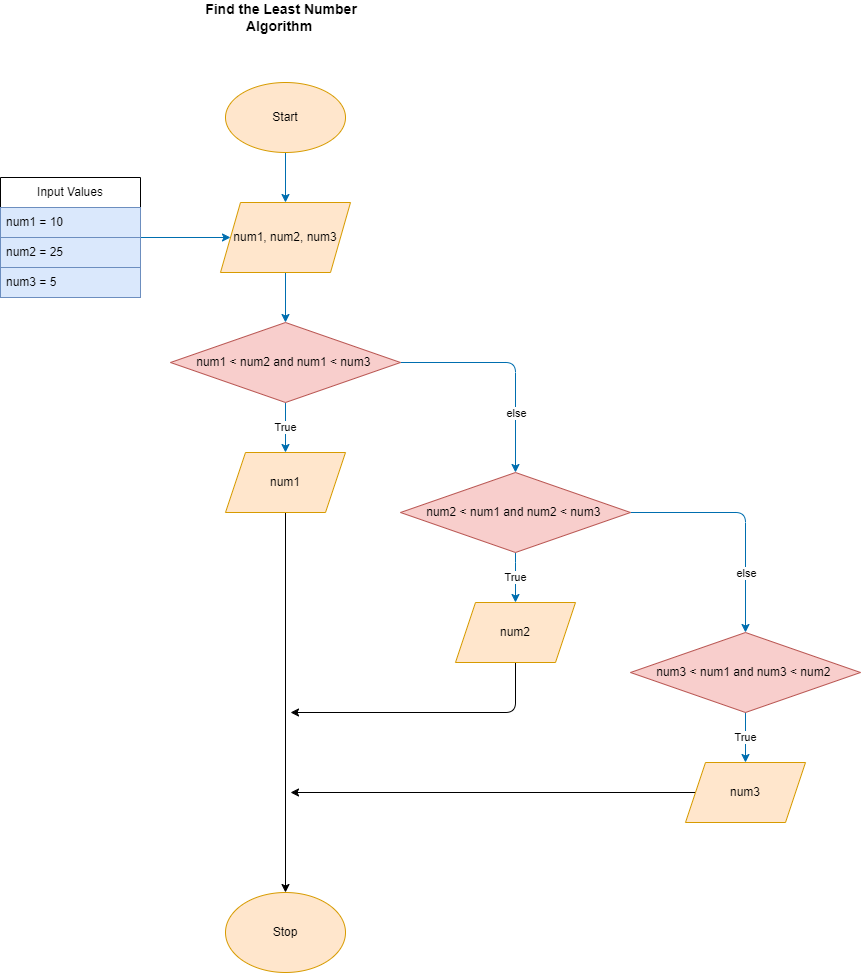
ipivanparra/Algorithm-4-2 keeps this draw.io diagram as main.png. Above is the earlier version. Source tidied: cells renumbered, new cells last; positions are measured from the earlier drawing's top-left corner, leaving out a move shared by most shapes.
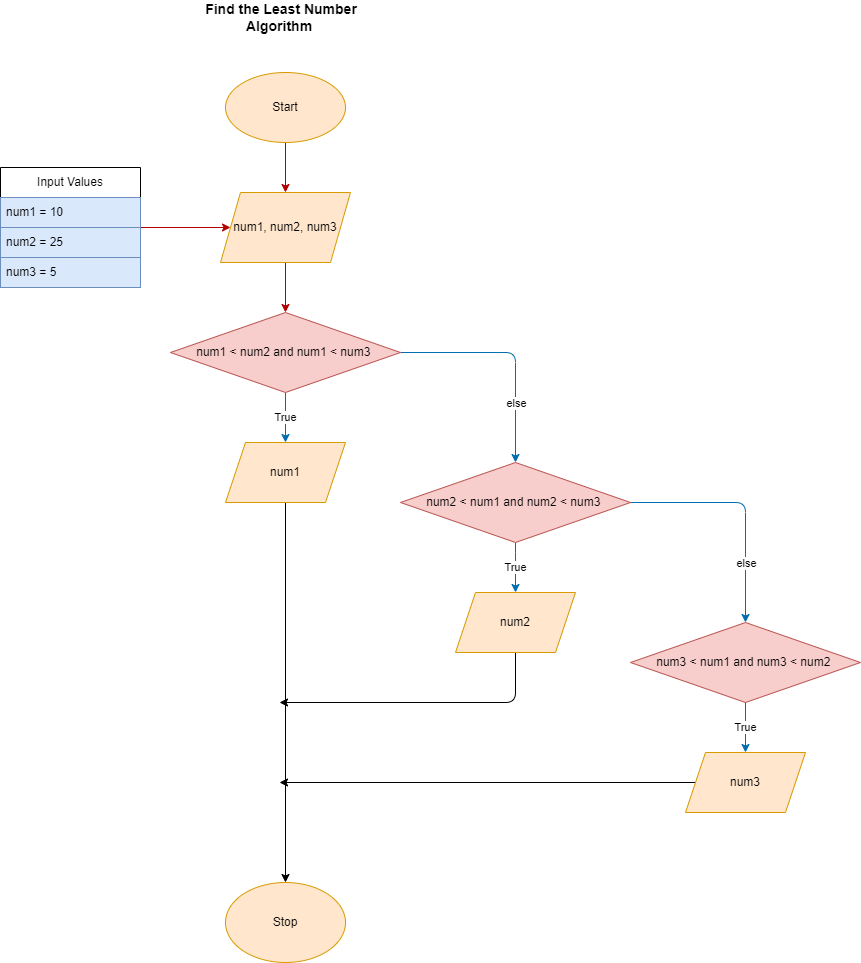
The same file after the commit.

The edit, as a diff of the source:
```diff
@@ -2,24 +2,24 @@
   <root>
     <mxCell id="0" />
     <mxCell id="1" parent="0" />
-    <mxCell id="2" style="edgeStyle=none;html=1;fillColor=#1ba1e2;strokeColor=light-dark(#006EAF,#A8A8FF);" parent="1" edge="1" source="3" target="5">
+    <mxCell id="2" style="edgeStyle=none;html=1;fillColor=#e51400;strokeColor=light-dark(#B20000,#CCFFE6);" parent="1" edge="1" source="3" target="5">
       <mxGeometry relative="1" as="geometry" />
     </mxCell>
     <mxCell id="3" value="Start" style="ellipse;whiteSpace=wrap;html=1;fillColor=#ffe6cc;strokeColor=#d79b00;" parent="1" vertex="1">
       <mxGeometry x="225" y="80" width="120" height="70" as="geometry" />
     </mxCell>
-    <mxCell id="4" style="edgeStyle=none;html=1;fillColor=#1ba1e2;strokeColor=light-dark(#006EAF,#A8A8FF);" parent="1" edge="1" source="5" target="9">
+    <mxCell id="4" style="edgeStyle=none;html=1;fillColor=#e51400;strokeColor=light-dark(#B20000,#CCFFE6);" parent="1" edge="1" source="5" target="9">
       <mxGeometry relative="1" as="geometry" />
     </mxCell>
     <mxCell id="5" value="num1, num2, num3" style="shape=parallelogram;perimeter=parallelogramPerimeter;whiteSpace=wrap;html=1;fixedSize=1;fillColor=#ffe6cc;strokeColor=#d79b00;" parent="1" vertex="1">
       <mxGeometry x="220" y="200" width="130" height="70" as="geometry" />
     </mxCell>
-    <mxCell id="6" value="True" style="edgeStyle=none;html=1;exitX=0.5;exitY=1;exitDx=0;exitDy=0;fillColor=#1ba1e2;strokeColor=light-dark(#006EAF,#A8A8FF);" parent="1" edge="1" source="9">
+    <mxCell id="6" value="True" style="edgeStyle=none;html=1;exitX=0.5;exitY=1;exitDx=0;exitDy=0;fillColor=#1ba1e2;strokeColor=light-dark(#006EAF,#CCFFE6);" parent="1" edge="1" source="9">
       <mxGeometry relative="1" as="geometry">
         <mxPoint x="285" y="450" as="targetPoint" />
       </mxGeometry>
     </mxCell>
-    <mxCell id="7" style="edgeStyle=none;html=1;exitX=1;exitY=0.5;exitDx=0;exitDy=0;entryX=0.5;entryY=0;entryDx=0;entryDy=0;fillColor=#1ba1e2;strokeColor=light-dark(#006EAF,#A8A8FF);" parent="1" edge="1" source="9" target="20">
+    <mxCell id="7" style="edgeStyle=none;html=1;exitX=1;exitY=0.5;exitDx=0;exitDy=0;entryX=0.5;entryY=0;entryDx=0;entryDy=0;fillColor=#1ba1e2;strokeColor=light-dark(#006EAF,#CCFFE6);" parent="1" edge="1" source="9" target="20">
       <mxGeometry relative="1" as="geometry">
         <Array as="points">
           <mxPoint x="515" y="360" />
@@ -34,7 +34,7 @@
     <mxCell id="9" value="num1 &amp;lt; num2 and num1 &amp;lt; num3&amp;nbsp;" style="rhombus;whiteSpace=wrap;html=1;fillColor=#f8cecc;strokeColor=#b85450;" parent="1" vertex="1">
       <mxGeometry x="170" y="320" width="230" height="80" as="geometry" />
     </mxCell>
-    <mxCell id="10" style="edgeStyle=none;html=1;fillColor=#1ba1e2;strokeColor=light-dark(#006EAF,#A8A8FF);" parent="1" edge="1" source="11" target="5">
+    <mxCell id="10" style="edgeStyle=none;html=1;fillColor=#e51400;strokeColor=light-dark(#B20000,#CCFFE6);" parent="1" edge="1" source="11" target="5">
       <mxGeometry relative="1" as="geometry" />
     </mxCell>
     <mxCell id="11" value="Input Values" style="swimlane;fontStyle=0;horizontal=1;startSize=30;whiteSpace=wrap;html=1;fillColor=light-dark(#FFFFFF,#A8A8FF);" parent="1" vertex="1">
@@ -49,20 +49,20 @@
     <mxCell id="14" value="num3 = 5" style="text;strokeColor=#6c8ebf;fillColor=#dae8fc;align=left;verticalAlign=middle;spacingLeft=4;spacingRight=4;overflow=hidden;whiteSpace=wrap;html=1;" parent="11" vertex="1">
       <mxGeometry y="90" width="140" height="30" as="geometry" />
     </mxCell>
-    <mxCell id="15" style="edgeStyle=none;html=1;entryX=0.5;entryY=0;entryDx=0;entryDy=0;strokeColor=light-dark(#000000,#A8A8FF);exitX=0.5;exitY=1;exitDx=0;exitDy=0;" parent="1" edge="1" source="16" target="27">
+    <mxCell id="15" style="edgeStyle=none;html=1;entryX=0.5;entryY=0;entryDx=0;entryDy=0;strokeColor=light-dark(#000000,#CCFFE6);exitX=0.5;exitY=1;exitDx=0;exitDy=0;" parent="1" edge="1" source="16" target="27">
       <mxGeometry relative="1" as="geometry" />
     </mxCell>
     <mxCell id="16" value="num1" style="shape=parallelogram;perimeter=parallelogramPerimeter;whiteSpace=wrap;html=1;fixedSize=1;fillColor=#ffe6cc;strokeColor=#d79b00;" parent="1" vertex="1">
       <mxGeometry x="225" y="450" width="120" height="60" as="geometry" />
     </mxCell>
-    <mxCell id="17" value="True" style="edgeStyle=none;html=1;exitX=0.5;exitY=1;exitDx=0;exitDy=0;entryX=0.5;entryY=0;entryDx=0;entryDy=0;fillColor=#1ba1e2;strokeColor=light-dark(#006EAF,#A8A8FF);" parent="1" edge="1" source="20" target="22">
+    <mxCell id="17" value="True" style="edgeStyle=none;html=1;exitX=0.5;exitY=1;exitDx=0;exitDy=0;entryX=0.5;entryY=0;entryDx=0;entryDy=0;fillColor=#1ba1e2;strokeColor=light-dark(#006EAF,#CCFFE6);" parent="1" edge="1" source="20" target="22">
       <mxGeometry relative="1" as="geometry">
         <Array as="points">
           <mxPoint x="515" y="570" />
         </Array>
       </mxGeometry>
     </mxCell>
-    <mxCell id="18" style="edgeStyle=none;html=1;exitX=1;exitY=0.5;exitDx=0;exitDy=0;entryX=0.5;entryY=0;entryDx=0;entryDy=0;fillColor=#1ba1e2;strokeColor=light-dark(#006EAF,#A8A8FF);" parent="1" edge="1" source="20" target="24">
+    <mxCell id="18" style="edgeStyle=none;html=1;exitX=1;exitY=0.5;exitDx=0;exitDy=0;entryX=0.5;entryY=0;entryDx=0;entryDy=0;fillColor=#1ba1e2;strokeColor=light-dark(#006EAF,#CCFFE6);" parent="1" edge="1" source="20" target="24">
       <mxGeometry relative="1" as="geometry">
         <Array as="points">
           <mxPoint x="745" y="510" />
@@ -77,9 +77,9 @@
     <mxCell id="20" value="num2 &amp;lt; num1 and num2 &amp;lt; num3&amp;nbsp;" style="rhombus;whiteSpace=wrap;html=1;fillColor=#f8cecc;strokeColor=#b85450;" parent="1" vertex="1">
       <mxGeometry x="400" y="470" width="230" height="80" as="geometry" />
     </mxCell>
-    <mxCell id="21" style="edgeStyle=none;html=1;exitX=0.5;exitY=1;exitDx=0;exitDy=0;strokeColor=light-dark(#000000,#A8A8FF);" parent="1" edge="1" source="22">
+    <mxCell id="21" style="edgeStyle=none;html=1;exitX=0.5;exitY=1;exitDx=0;exitDy=0;strokeColor=light-dark(#000000,#CCFFE6);" parent="1" edge="1" source="22">
       <mxGeometry relative="1" as="geometry">
-        <mxPoint x="290" y="710" as="targetPoint" />
+        <mxPoint x="279" y="710" as="targetPoint" />
         <Array as="points">
           <mxPoint x="515" y="710" />
         </Array>
@@ -88,15 +88,15 @@
     <mxCell id="22" value="num2" style="shape=parallelogram;perimeter=parallelogramPerimeter;whiteSpace=wrap;html=1;fixedSize=1;fillColor=#ffe6cc;strokeColor=#d79b00;" parent="1" vertex="1">
       <mxGeometry x="455" y="600" width="120" height="60" as="geometry" />
     </mxCell>
-    <mxCell id="23" value="True" style="edgeStyle=none;html=1;fillColor=#1ba1e2;strokeColor=light-dark(#006EAF,#A8A8FF);" parent="1" edge="1" source="24" target="26">
+    <mxCell id="23" value="True" style="edgeStyle=none;html=1;fillColor=#1ba1e2;strokeColor=light-dark(#006EAF,#CCFFE6);" parent="1" edge="1" source="24" target="26">
       <mxGeometry relative="1" as="geometry" />
     </mxCell>
     <mxCell id="24" value="num3 &amp;lt; num1 and num3 &amp;lt; num2&amp;nbsp;" style="rhombus;whiteSpace=wrap;html=1;fillColor=#f8cecc;strokeColor=#b85450;" parent="1" vertex="1">
       <mxGeometry x="630" y="630" width="230" height="80" as="geometry" />
     </mxCell>
-    <mxCell id="25" style="html=1;rounded=0;endArrow=classic;endFill=1;strokeColor=light-dark(#000000,#A8A8FF);" parent="1" edge="1" source="26">
+    <mxCell id="25" style="html=1;rounded=0;endArrow=classic;endFill=1;strokeColor=light-dark(#000000,#CCFFE6);" parent="1" edge="1" source="26">
       <mxGeometry relative="1" as="geometry">
-        <mxPoint x="290" y="790" as="targetPoint" />
+        <mxPoint x="279" y="790" as="targetPoint" />
       </mxGeometry>
     </mxCell>
     <mxCell id="26" value="num3" style="shape=parallelogram;perimeter=parallelogramPerimeter;whiteSpace=wrap;html=1;fixedSize=1;fillColor=#ffe6cc;strokeColor=#d79b00;" parent="1" vertex="1">
@@ -105,8 +105,8 @@
     <mxCell id="27" value="Stop" style="ellipse;whiteSpace=wrap;html=1;fillColor=#ffe6cc;strokeColor=#d79b00;" parent="1" vertex="1">
       <mxGeometry x="225" y="890" width="120" height="80" as="geometry" />
     </mxCell>
-    <mxCell id="28" value="&lt;font style=&quot;color: light-dark(rgb(0, 0, 0), rgb(168, 168, 255));&quot;&gt;Find the Least Number Algorithm&amp;nbsp;&lt;/font&gt;" style="text;html=1;align=center;verticalAlign=middle;whiteSpace=wrap;rounded=0;fontStyle=1;fontSize=14;" parent="1" vertex="1">
-      <mxGeometry x="201" width="160" height="30" as="geometry" />
+    <mxCell id="28" value="&lt;font style=&quot;color: light-dark(rgb(0, 0, 0), rgb(204, 255, 230));&quot;&gt;Find the Least Number Algorithm&amp;nbsp;&lt;/font&gt;" style="text;html=1;align=center;verticalAlign=middle;whiteSpace=wrap;rounded=0;fontStyle=1;fontSize=14;fontColor=light-dark(#000000,#A8A8FF);" parent="1" vertex="1">
+      <mxGeometry x="201" y="10" width="160" height="30" as="geometry" />
     </mxCell>
   </root>
 </mxGraphModel>
```
